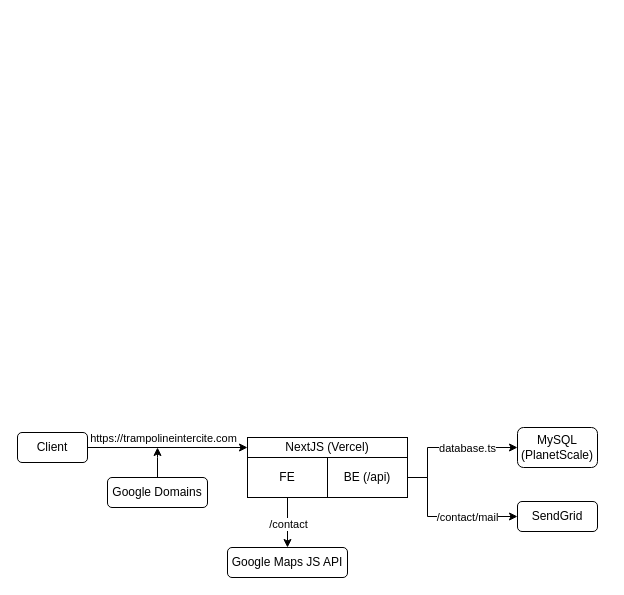
JulienR1/trampolineintercite.com keeps this draw.io diagram as docs/images/architecture.drawio. Above is the earlier version. Source tidied: cells renumbered, new cells numbered last; positions are measured from the earlier drawing's top-left corner, leaving out a move shared by most shapes. Both pictures are drawn from the tidied source at 100%, with x=0, y=0 at pixel (17, 427).
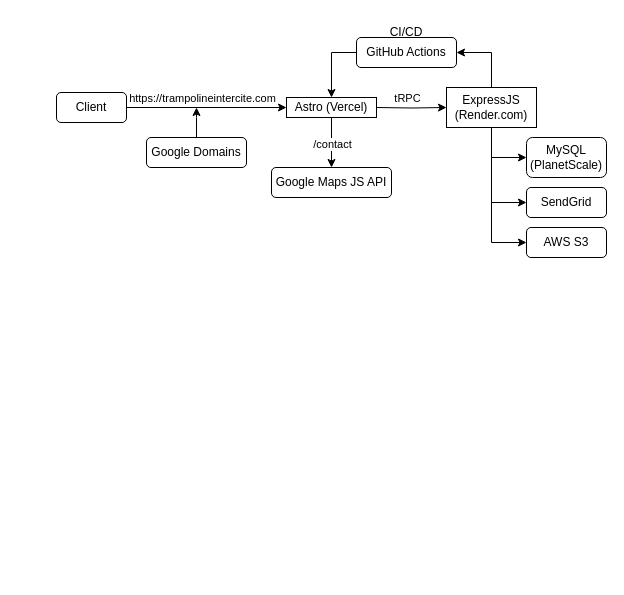
The same diagram, later.

Diff of the diagram source:
```diff
@@
-    <mxCell id="2" value="NextJS (Vercel)" style="rounded=0;whiteSpace=wrap;html=1;" parent="1" vertex="1">
-      <mxGeometry x="230" y="10" width="160" height="20" as="geometry" />
-    </mxCell>
-    <mxCell id="3" style="edgeStyle=orthogonalEdgeStyle;rounded=0;jettySize=auto;html=1;entryX=0.5;entryY=0;entryDx=0;entryDy=0;" parent="1" edge="1" source="5" target="14">
-      <mxGeometry relative="1" as="geometry" />
-    </mxCell>
+    <mxCell id="19" value="Astro (Vercel)" style="rounded=0;whiteSpace=wrap;html=1;" parent="1" vertex="1">
+      <mxGeometry x="269" y="-330" width="90" height="20" as="geometry" />
+    </mxCell>
+    <mxCell id="20" style="edgeStyle=orthogonalEdgeStyle;rounded=0;jettySize=auto;html=1;entryX=0.5;entryY=0;entryDx=0;entryDy=0;exitX=0.5;exitY=1;exitDx=0;exitDy=0;" parent="1" edge="1" source="19" target="14">
+      <mxGeometry relative="1" as="geometry" />
+    </mxCell>
-    <mxCell id="4" value="/contact" style="edgeLabel;html=1;align=center;verticalAlign=middle;" parent="3" vertex="1">
+    <mxCell id="4" value="/contact" style="edgeLabel;html=1;align=center;verticalAlign=middle;" parent="20" vertex="1">
       <mxGeometry x="-0.23" relative="1" as="geometry">
         <mxPoint y="7" as="offset" />
       </mxGeometry>
     </mxCell>
-    <mxCell id="5" value="FE" style="rounded=0;whiteSpace=wrap;html=1;" parent="1" vertex="1">
-      <mxGeometry x="230" y="30" width="80" height="40" as="geometry" />
-    </mxCell>
-    <mxCell id="6" style="edgeStyle=orthogonalEdgeStyle;rounded=0;jettySize=auto;html=1;entryX=0;entryY=0.5;entryDx=0;entryDy=0;exitX=1;exitY=0.5;exitDx=0;exitDy=0;" parent="1" edge="1" source="10" target="15">
-      <mxGeometry relative="1" as="geometry">
-        <Array as="points">
-          <mxPoint x="410" y="50" />
-          <mxPoint x="410" y="89" />
-        </Array>
-      </mxGeometry>
-    </mxCell>
-    <mxCell id="7" value="/contact/mail" style="edgeLabel;html=1;align=center;verticalAlign=middle;" parent="6" vertex="1">
-      <mxGeometry x="0.52" y="-1" relative="1" as="geometry">
-        <mxPoint x="-15" y="-1" as="offset" />
-      </mxGeometry>
-    </mxCell>
-    <mxCell id="8" style="edgeStyle=orthogonalEdgeStyle;rounded=0;jettySize=auto;html=1;entryX=0;entryY=0.5;entryDx=0;entryDy=0;" parent="1" edge="1" source="10" target="16">
-      <mxGeometry relative="1" as="geometry">
-        <Array as="points">
-          <mxPoint x="410" y="50" />
-          <mxPoint x="410" y="20" />
-        </Array>
-      </mxGeometry>
-    </mxCell>
-    <mxCell id="9" value="database.ts" style="edgeLabel;html=1;align=center;verticalAlign=middle;" parent="8" vertex="1">
-      <mxGeometry x="0.27" relative="1" as="geometry" />
-    </mxCell>
-    <mxCell id="10" value="BE (/api)" style="rounded=0;whiteSpace=wrap;html=1;" parent="1" vertex="1">
-      <mxGeometry x="310" y="30" width="80" height="40" as="geometry" />
-    </mxCell>
-    <mxCell id="11" style="edgeStyle=orthogonalEdgeStyle;rounded=0;jettySize=auto;html=1;entryX=0;entryY=0.5;entryDx=0;entryDy=0;" parent="1" edge="1" source="13" target="2">
-      <mxGeometry relative="1" as="geometry" />
-    </mxCell>
+    <mxCell id="21" style="edgeStyle=orthogonalEdgeStyle;rounded=0;jettySize=auto;html=1;entryX=0;entryY=0.5;entryDx=0;entryDy=0;" parent="1" edge="1" source="13" target="19">
+      <mxGeometry relative="1" as="geometry" />
+    </mxCell>
-    <mxCell id="12" value="https://trampolineintercite.com" style="edgeLabel;html=1;align=center;verticalAlign=middle;" parent="11" vertex="1">
+    <mxCell id="12" value="https://trampolineintercite.com" style="edgeLabel;html=1;align=center;verticalAlign=middle;" parent="21" vertex="1">
       <mxGeometry x="-0.35" y="1" relative="1" as="geometry">
         <mxPoint x="23" y="-9" as="offset" />
       </mxGeometry>
     </mxCell>
     <mxCell id="13" value="Client" style="rounded=1;whiteSpace=wrap;html=1;" parent="1" vertex="1">
-      <mxGeometry y="5" width="70" height="30" as="geometry" />
+      <mxGeometry x="39" y="-335" width="70" height="30" as="geometry" />
     </mxCell>
     <mxCell id="14" value="Google Maps JS API" style="rounded=1;whiteSpace=wrap;html=1;" parent="1" vertex="1">
-      <mxGeometry x="210" y="120" width="120" height="30" as="geometry" />
+      <mxGeometry x="254" y="-260" width="120" height="30" as="geometry" />
     </mxCell>
     <mxCell id="15" value="SendGrid" style="rounded=1;whiteSpace=wrap;html=1;" parent="1" vertex="1">
-      <mxGeometry x="500" y="74" width="80" height="30" as="geometry" />
+      <mxGeometry x="509" y="-240" width="80" height="30" as="geometry" />
     </mxCell>
     <mxCell id="16" value="MySQL&lt;br&gt;(PlanetScale)" style="rounded=1;whiteSpace=wrap;html=1;" parent="1" vertex="1">
-      <mxGeometry x="500" width="80" height="40" as="geometry" />
+      <mxGeometry x="509" y="-290" width="80" height="40" as="geometry" />
     </mxCell>
-    <mxCell id="17" style="edgeStyle=orthogonalEdgeStyle;rounded=0;jettySize=auto;html=1;" parent="1" edge="1" source="18">
-      <mxGeometry relative="1" as="geometry">
-        <mxPoint x="140" y="20" as="targetPoint" />
-      </mxGeometry>
-    </mxCell>
+    <mxCell id="22" style="edgeStyle=orthogonalEdgeStyle;rounded=0;jettySize=auto;html=1;" parent="1" edge="1" source="18">
+      <mxGeometry relative="1" as="geometry">
+        <mxPoint x="179" y="-320" as="targetPoint" />
+      </mxGeometry>
+    </mxCell>
     <mxCell id="18" value="Google Domains" style="rounded=1;whiteSpace=wrap;html=1;" parent="1" vertex="1">
-      <mxGeometry x="90" y="50" width="100" height="30" as="geometry" />
+      <mxGeometry x="129" y="-290" width="100" height="30" as="geometry" />
     </mxCell>
+    <mxCell id="23" style="edgeStyle=orthogonalEdgeStyle;rounded=0;jettySize=auto;html=1;exitX=0.5;exitY=0;exitDx=0;exitDy=0;entryX=1;entryY=0.5;entryDx=0;entryDy=0;" parent="1" edge="1" source="27" target="32">
+      <mxGeometry relative="1" as="geometry" />
+    </mxCell>
+    <mxCell id="24" style="edgeStyle=orthogonalEdgeStyle;rounded=0;jettySize=auto;html=1;entryX=0;entryY=0.5;entryDx=0;entryDy=0;" parent="1" edge="1" source="27" target="16">
+      <mxGeometry relative="1" as="geometry" />
+    </mxCell>
+    <mxCell id="25" style="edgeStyle=orthogonalEdgeStyle;rounded=0;jettySize=auto;html=1;exitX=0.5;exitY=1;exitDx=0;exitDy=0;entryX=0;entryY=0.5;entryDx=0;entryDy=0;" parent="1" edge="1" source="27" target="15">
+      <mxGeometry relative="1" as="geometry" />
+    </mxCell>
+    <mxCell id="26" style="edgeStyle=orthogonalEdgeStyle;rounded=0;jettySize=auto;html=1;exitX=0.5;exitY=1;exitDx=0;exitDy=0;entryX=0;entryY=0.5;entryDx=0;entryDy=0;" parent="1" edge="1" source="27" target="30">
+      <mxGeometry relative="1" as="geometry" />
+    </mxCell>
+    <mxCell id="27" value="ExpressJS (Render.com)" style="rounded=0;whiteSpace=wrap;html=1;" parent="1" vertex="1">
+      <mxGeometry x="429" y="-340" width="90" height="40" as="geometry" />
+    </mxCell>
+    <mxCell id="28" style="edgeStyle=orthogonalEdgeStyle;rounded=0;jettySize=auto;html=1;entryX=0;entryY=0.5;entryDx=0;entryDy=0;" parent="1" edge="1" target="27">
+      <mxGeometry relative="1" as="geometry">
+        <mxPoint x="359" y="-320" as="sourcePoint" />
+      </mxGeometry>
+    </mxCell>
+    <mxCell id="29" value="tRPC" style="edgeLabel;html=1;align=center;verticalAlign=middle;" parent="28" vertex="1">
+      <mxGeometry x="-0.35" y="1" relative="1" as="geometry">
+        <mxPoint x="7" y="-9" as="offset" />
+      </mxGeometry>
+    </mxCell>
+    <mxCell id="30" value="AWS S3" style="rounded=1;whiteSpace=wrap;html=1;" parent="1" vertex="1">
+      <mxGeometry x="509" y="-200" width="80" height="30" as="geometry" />
+    </mxCell>
+    <mxCell id="31" style="edgeStyle=orthogonalEdgeStyle;rounded=0;jettySize=auto;html=1;exitX=0;exitY=0.5;exitDx=0;exitDy=0;entryX=0.5;entryY=0;entryDx=0;entryDy=0;" parent="1" edge="1" source="32" target="19">
+      <mxGeometry relative="1" as="geometry" />
+    </mxCell>
+    <mxCell id="32" value="GitHub Actions" style="rounded=1;whiteSpace=wrap;html=1;" parent="1" vertex="1">
+      <mxGeometry x="339" y="-390" width="100" height="30" as="geometry" />
+    </mxCell>
+    <mxCell id="33" value="CI/CD" style="text;html=1;strokeColor=none;fillColor=none;align=center;verticalAlign=middle;whiteSpace=wrap;rounded=0;" parent="1" vertex="1">
+      <mxGeometry x="339" y="-410" width="100" height="30" as="geometry" />
+    </mxCell>
```
